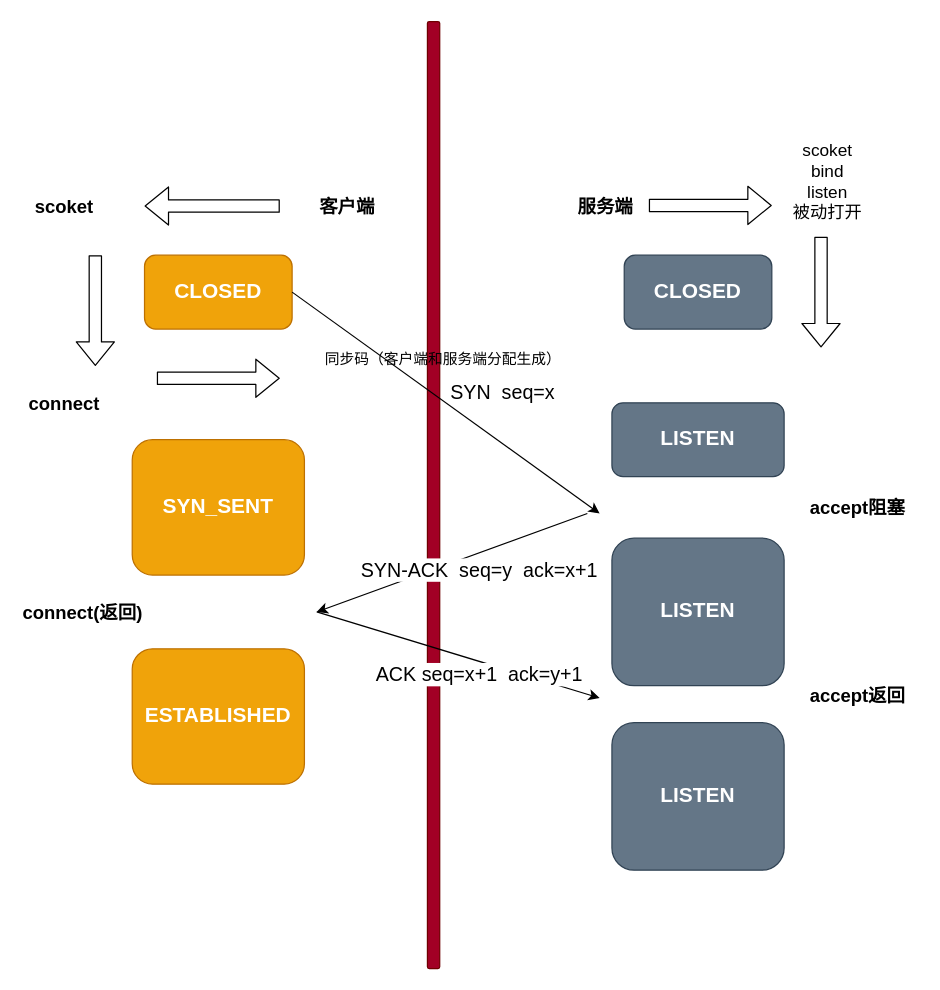
Before: tcp.drawio in springzb/diagrams, a draw.io diagram. Source tidied: cells renumbered, new cells numbered last; positions are measured from the earlier drawing's top-left corner, leaving out a move shared by most shapes. Both pictures are drawn from the tidied source at 123%, with x=0, y=0 at pixel (21, 21).
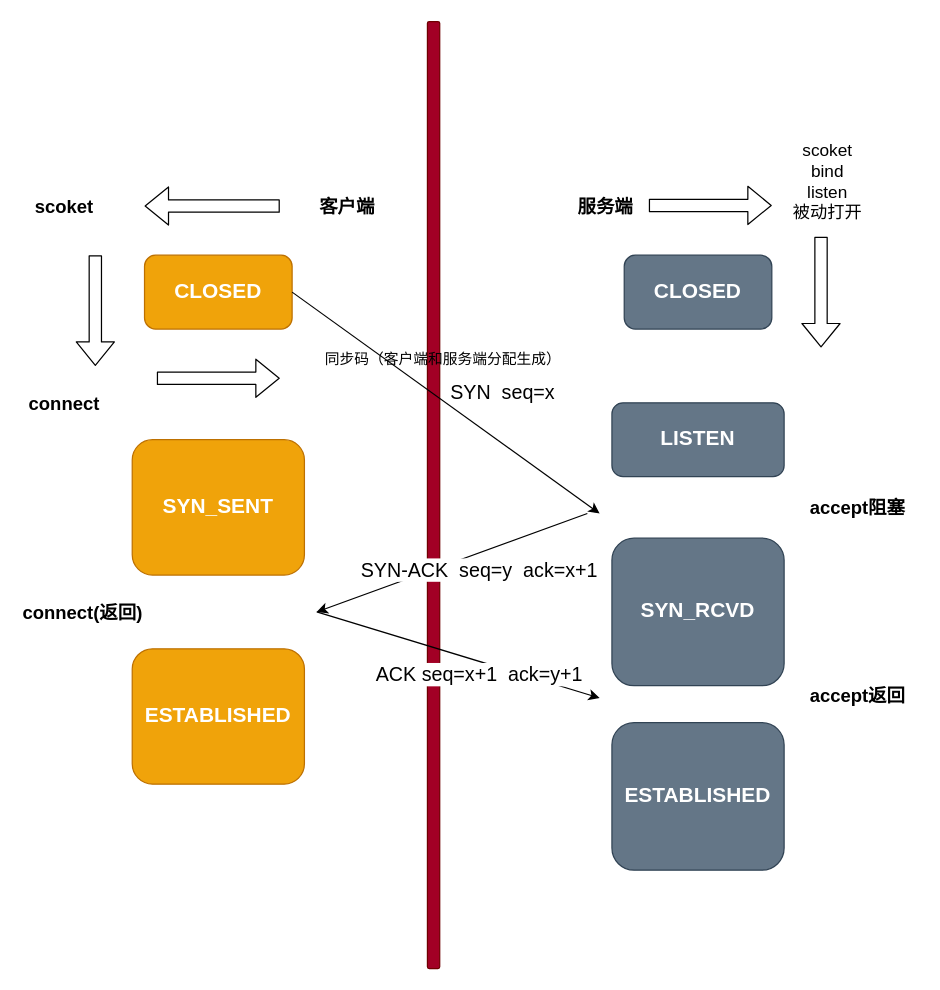
The same page after the edit.

The edit, as a diff of the source:
```diff
@@
-    <mxCell id="17" value="&lt;font size=&quot;1&quot;&gt;&lt;b style=&quot;font-size: 17px&quot;&gt;LISTEN&lt;/b&gt;&lt;/font&gt;" style="rounded=1;whiteSpace=wrap;html=1;fillColor=#647687;strokeColor=#314354;fontColor=#ffffff;" parent="1" vertex="1">
+    <mxCell id="17" value="&lt;font size=&quot;1&quot;&gt;&lt;b style=&quot;font-size: 17px&quot;&gt;SYN_RCVD&lt;/b&gt;&lt;/font&gt;" style="rounded=1;whiteSpace=wrap;html=1;fillColor=#647687;strokeColor=#314354;fontColor=#ffffff;" parent="1" vertex="1">
       <mxGeometry x="480" y="420" width="140" height="120" as="geometry" />
     </mxCell>
-    <mxCell id="18" value="&lt;font size=&quot;1&quot;&gt;&lt;b style=&quot;font-size: 17px&quot;&gt;LISTEN&lt;/b&gt;&lt;/font&gt;" style="rounded=1;whiteSpace=wrap;html=1;fillColor=#647687;strokeColor=#314354;fontColor=#ffffff;" parent="1" vertex="1">
+    <mxCell id="18" value="&lt;font size=&quot;1&quot;&gt;&lt;b style=&quot;font-size: 17px&quot;&gt;ESTABLISHED&lt;/b&gt;&lt;/font&gt;" style="rounded=1;whiteSpace=wrap;html=1;fillColor=#647687;strokeColor=#314354;fontColor=#ffffff;" parent="1" vertex="1">
       <mxGeometry x="480" y="570" width="140" height="120" as="geometry" />
     </mxCell>
```
